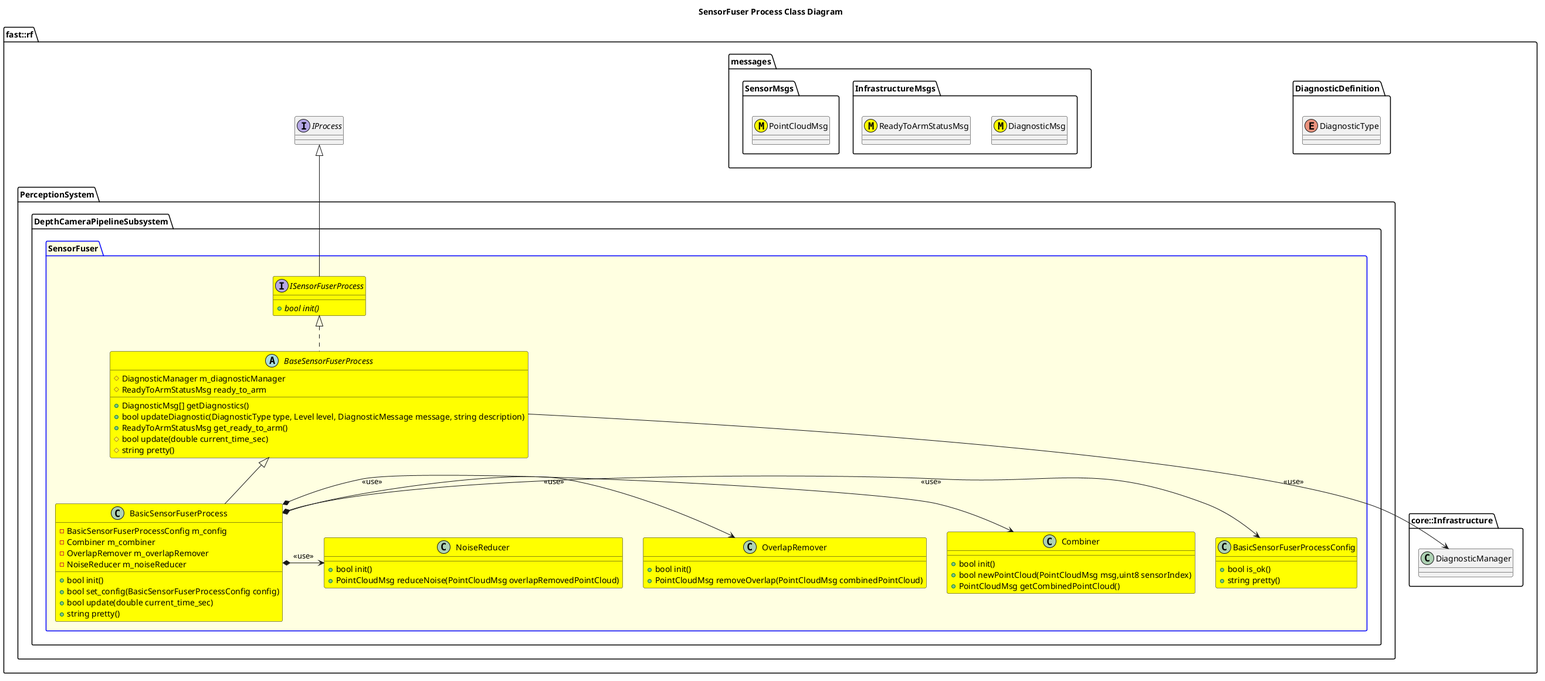
The PlantUML diagram Systems/Perception/Subsystems/DepthCameraPipeline/Processes/SensorFuser/doc/puml/SensorFuserProcessClassDiagram.png in fastrobotics/robot_framework, before a commit.
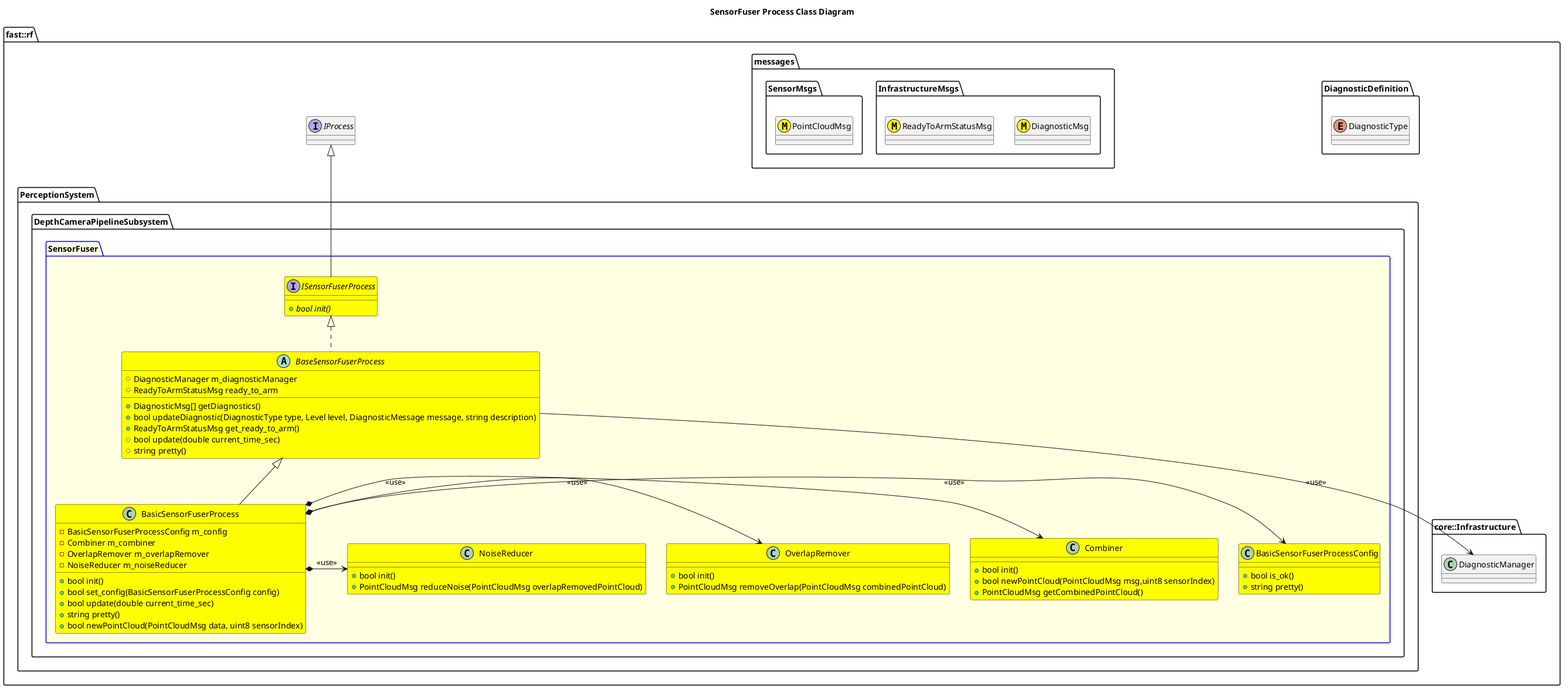
The same diagram one commit later.

Change to the diagram source:
```diff
@@ -59,6 +59,7 @@
                     +bool set_config(BasicSensorFuserProcessConfig config)
                     +bool update(double current_time_sec)
                     +string pretty()
+                    +bool newPointCloud(PointCloudMsg data, uint8 sensorIndex)
                     -BasicSensorFuserProcessConfig m_config
                     -Combiner m_combiner
                     -OverlapRemover m_overlapRemover
```
